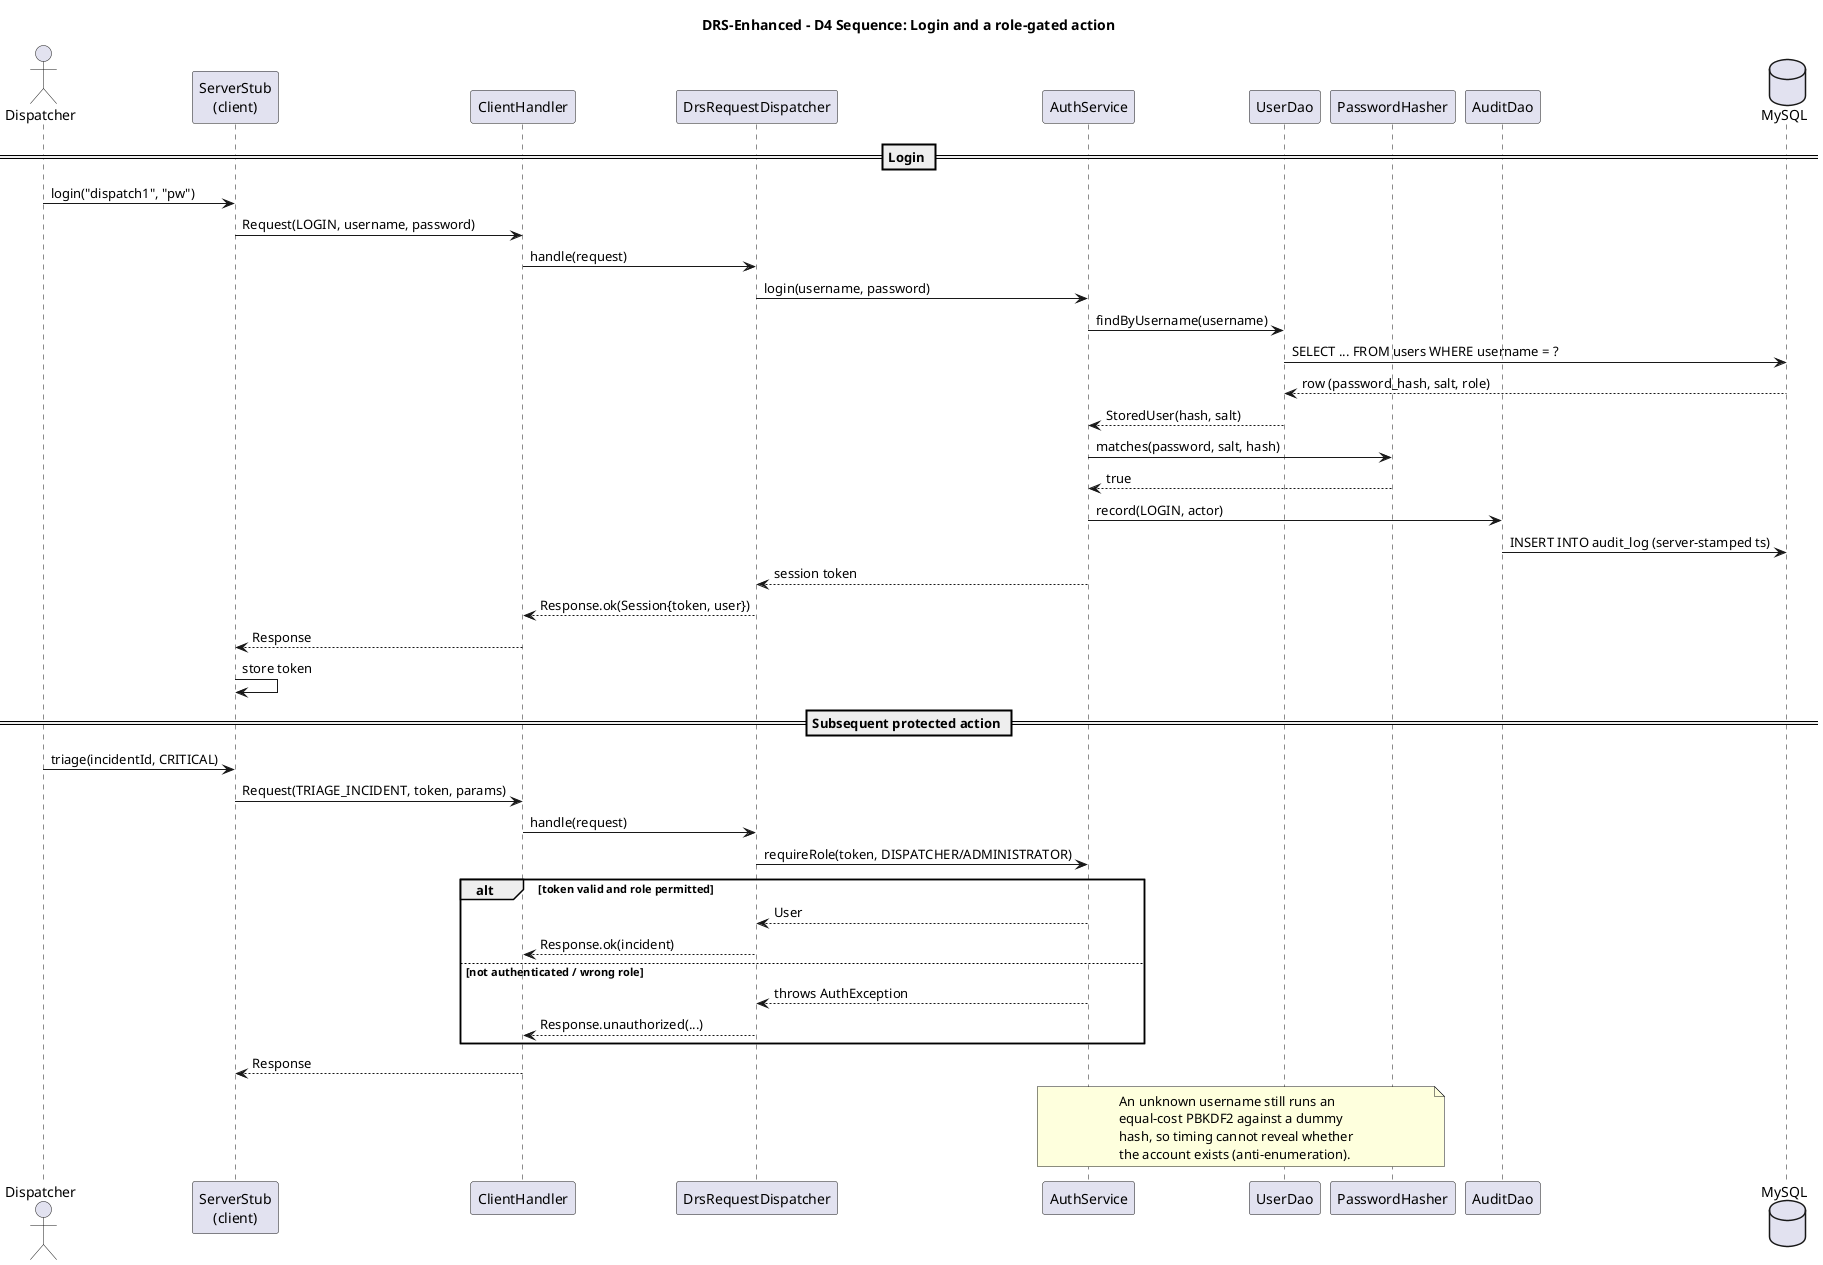
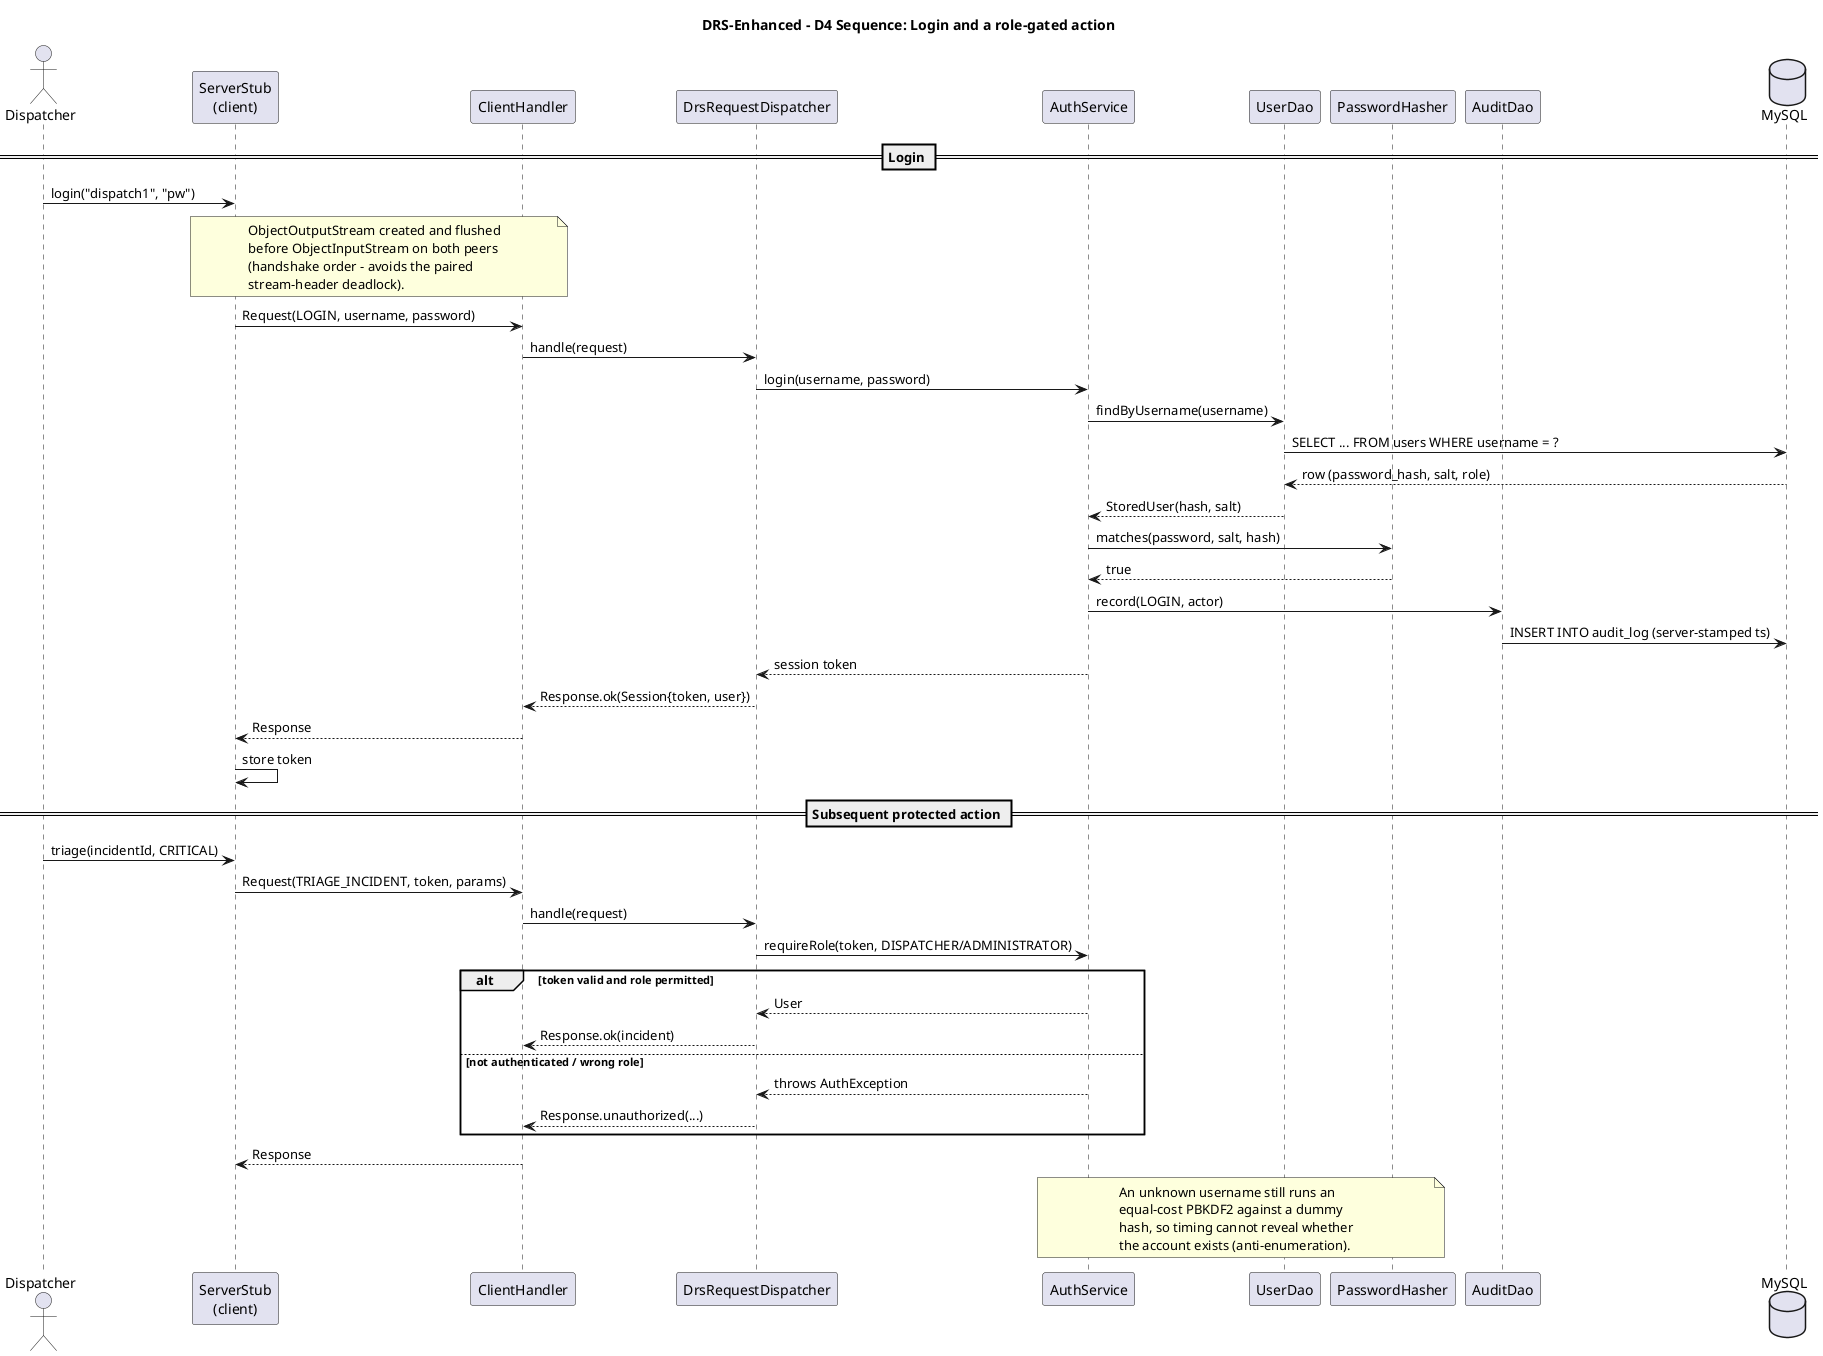
@startuml d4_sequence_login
' Author: Fabian Roberto Guzman (12287570)
title DRS-Enhanced - D4 Sequence: Login and a role-gated action

actor Dispatcher
participant "ServerStub\n(client)" as Stub
participant "ClientHandler" as Handler
participant "DrsRequestDispatcher" as Disp
participant "AuthService" as Auth
participant "UserDao" as UserDao
participant "PasswordHasher" as Hasher
participant "AuditDao" as Audit
database "MySQL" as DB

== Login ==
Dispatcher -> Stub : login("dispatch1", "pw")
+ note over Stub, Handler
+   ObjectOutputStream created and flushed
+   before ObjectInputStream on both peers
+   (handshake order - avoids the paired
+   stream-header deadlock).
+ end note
Stub -> Handler : Request(LOGIN, username, password)
Handler -> Disp : handle(request)
Disp -> Auth : login(username, password)
Auth -> UserDao : findByUsername(username)
UserDao -> DB : SELECT ... FROM users WHERE username = ?
DB --> UserDao : row (password_hash, salt, role)
UserDao --> Auth : StoredUser(hash, salt)
Auth -> Hasher : matches(password, salt, hash)
Hasher --> Auth : true
Auth -> Audit : record(LOGIN, actor)
Audit -> DB : INSERT INTO audit_log (server-stamped ts)
Auth --> Disp : session token
Disp --> Handler : Response.ok(Session{token, user})
Handler --> Stub : Response
Stub -> Stub : store token

== Subsequent protected action ==
Dispatcher -> Stub : triage(incidentId, CRITICAL)
Stub -> Handler : Request(TRIAGE_INCIDENT, token, params)
Handler -> Disp : handle(request)
Disp -> Auth : requireRole(token, DISPATCHER/ADMINISTRATOR)
alt token valid and role permitted
  Auth --> Disp : User
  Disp --> Handler : Response.ok(incident)
else not authenticated / wrong role
  Auth --> Disp : throws AuthException
  Disp --> Handler : Response.unauthorized(...)
end
Handler --> Stub : Response

note over Auth, Hasher
  An unknown username still runs an
  equal-cost PBKDF2 against a dummy
  hash, so timing cannot reveal whether
  the account exists (anti-enumeration).
end note
@enduml
